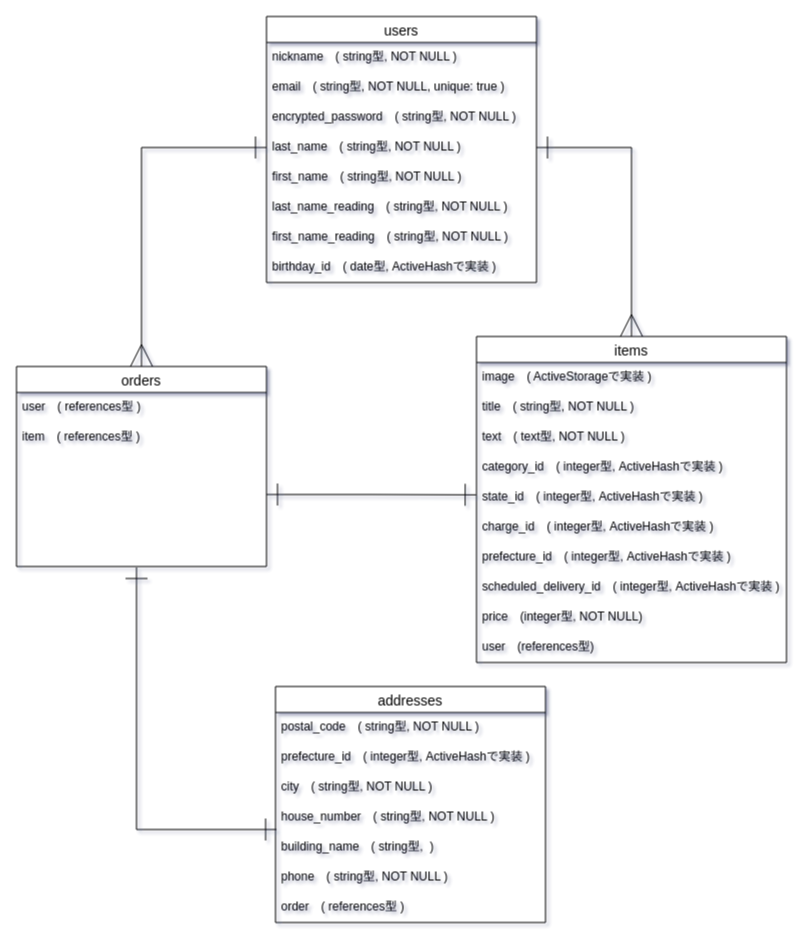
Before: furima-36122.dio in yabebebebe/furima-36122, a draw.io diagram. Source tidied: cells renumbered, new cells numbered last; positions are measured from the earlier drawing's top-left corner, leaving out a move shared by most shapes. Both pictures are drawn from the tidied source at 100%, with x=0, y=0 at pixel (16, 16).
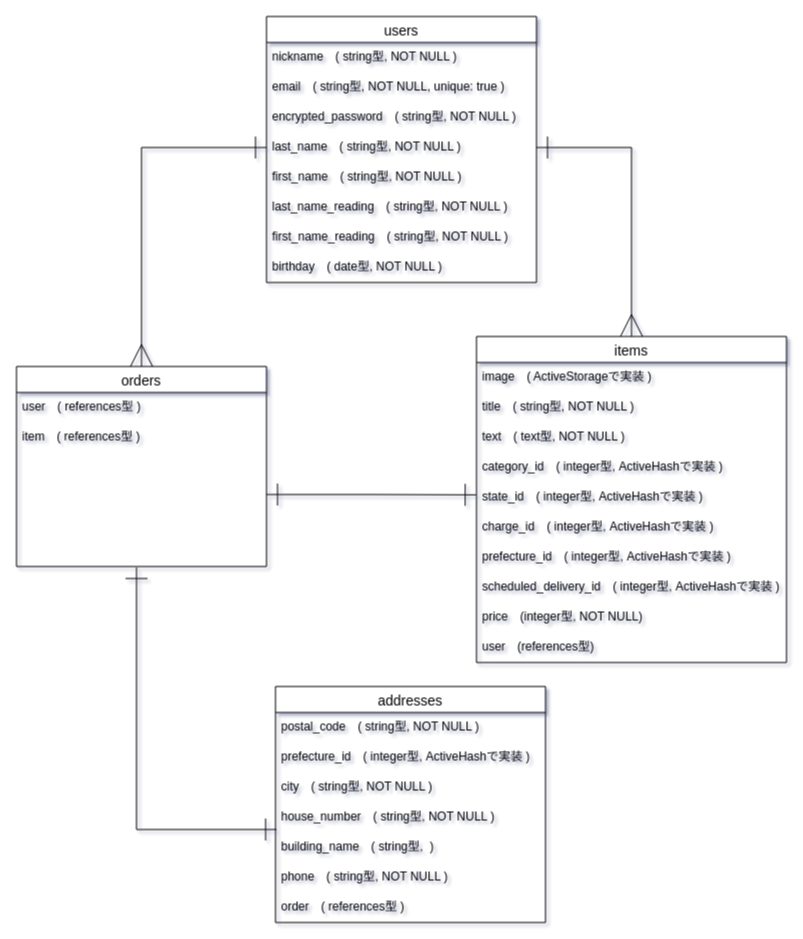
Above is the later version.

Commit message (it also covers changes not shown here):
データベース設計実装の修正３

The change refers to these unchanged cells:
```xml
<mxCell id="3" value="users" style="swimlane;fontStyle=0;horizontal=1;startSize=26;align=center;fontSize=14;swimlaneLine=1;" parent="1" vertex="1">
  <mxGeometry x="250" width="270" height="266" as="geometry" />
</mxCell>
```

Change to the diagram source:
```diff
@@
-    <mxCell id="11" value="birthday_id　( date型, ActiveHashで実装 )" style="text;strokeColor=none;fillColor=none;spacingLeft=4;spacingRight=4;overflow=hidden;fontSize=12;" parent="3" vertex="1">
+    <mxCell id="11" value="birthday　( date型, NOT NULL )" style="text;strokeColor=none;fillColor=none;spacingLeft=4;spacingRight=4;overflow=hidden;fontSize=12;" parent="3" vertex="1">
       <mxGeometry y="236" width="270" height="30" as="geometry" />
     </mxCell>
```
